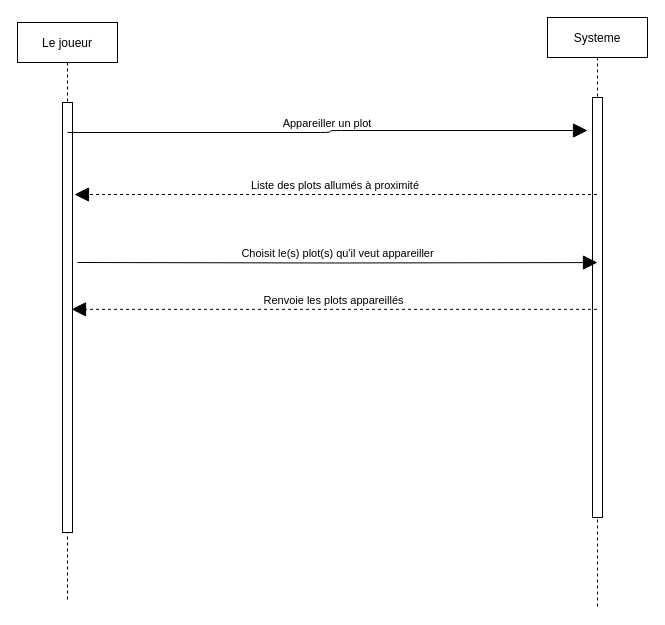
Kimaaaaaaa/Plots-_Lumineux_BTS_2022-2024 keeps this draw.io diagram as 1-Spécifications/Sequence/Sequence-v2/DiagrammeDeSéquence_appareiller_les_plots.drawio. Above is the earlier version. Source tidied: cells renumbered, new cells numbered last; positions are measured from the earlier drawing's top-left corner, leaving out a move shared by most shapes. Both pictures are drawn from the tidied source at 100%, with x=0, y=0 at pixel (17, 17).
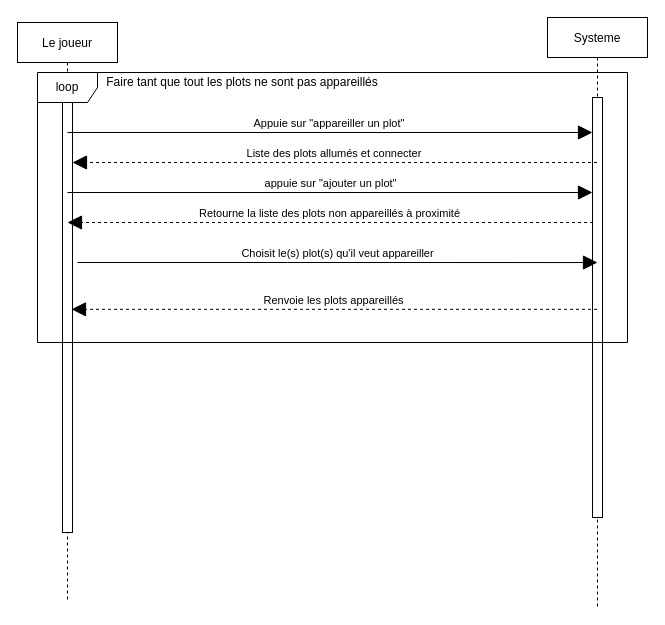
The same diagram, later.

Unchanged cells that the change refers to:
```xml
<mxCell id="2" value="Systeme" style="shape=umlLifeline;perimeter=lifelinePerimeter;rounded=0;shadow=0;strokeWidth=1;" parent="1" vertex="1">
  <mxGeometry x="530" width="100" height="590" as="geometry" />
</mxCell>
<mxCell id="3" style="points=[];perimeter=orthogonalPerimeter;rounded=0;shadow=0;strokeWidth=1;" parent="2" vertex="1">
  <mxGeometry x="45" y="80" width="10" height="420" as="geometry" />
</mxCell>
<mxCell id="5" style="points=[];perimeter=orthogonalPerimeter;rounded=0;shadow=0;strokeWidth=1;" parent="4" vertex="1">
  <mxGeometry x="45" y="80" width="10" height="430" as="geometry" />
</mxCell>
```

The edit, as a diff of the source:
```diff
@@
-    <mxCell id="6" value="Appareiller un plot&amp;nbsp;" style="verticalAlign=bottom;html=1;endArrow=block;endSize=12;edgeStyle=orthogonalEdgeStyle;endFill=1;" parent="1" edge="1">
+    <mxCell id="6" value="Appuie sur &quot;appareiller un plot&quot;&amp;nbsp;" style="verticalAlign=bottom;html=1;endArrow=block;endSize=12;edgeStyle=orthogonalEdgeStyle;endFill=1;" parent="1" edge="1" target="3">
       <mxGeometry relative="1" as="geometry">
         <mxPoint x="50" y="115" as="sourcePoint" />
-        <mxPoint x="570" y="113" as="targetPoint" />
         <Array as="points">
-          <mxPoint x="313" y="115" />
-          <mxPoint x="313" y="113" />
+          <mxPoint x="575" y="115" />
         </Array>
       </mxGeometry>
     </mxCell>
@@
-    <mxCell id="10" value="Liste des plots allumés à proximité&amp;nbsp;" style="edgeStyle=none;html=1;endArrow=block;endSize=12;dashed=1;verticalAlign=bottom;entryX=1.2;entryY=0.214;entryDx=0;entryDy=0;entryPerimeter=0;endFill=1;" parent="1" edge="1" source="2" target="5">
-      <mxGeometry relative="1" as="geometry" />
+    <mxCell id="10" value="Liste des plots allumés et connecter&amp;nbsp;" style="edgeStyle=none;html=1;endArrow=block;endSize=12;dashed=1;verticalAlign=bottom;endFill=1;" parent="1" edge="1" source="2" target="5">
+      <mxGeometry relative="1" as="geometry">
+        <Array as="points">
+          <mxPoint x="200" y="145" />
+        </Array>
+      </mxGeometry>
     </mxCell>
     <mxCell id="11" value="Choisit le(s) plot(s) qu'il veut appareiller" style="verticalAlign=bottom;html=1;endArrow=block;endSize=12;edgeStyle=orthogonalEdgeStyle;entryX=0.5;entryY=0.393;entryDx=0;entryDy=0;entryPerimeter=0;endFill=1;" parent="1" edge="1" target="3">
       <mxGeometry relative="1" as="geometry">
         <mxPoint x="60" y="245" as="sourcePoint" />
+        <Array as="points">
+          <mxPoint x="260" y="245" />
+          <mxPoint x="260" y="245" />
+        </Array>
       </mxGeometry>
     </mxCell>
@@
+    <mxCell id="16" value="loop" style="shape=umlFrame;whiteSpace=wrap;html=1;" parent="1" vertex="1">
+      <mxGeometry x="20" y="55" width="590" height="270" as="geometry" />
+    </mxCell>
+    <mxCell id="17" value="appuie sur &quot;ajouter un plot&quot;" style="verticalAlign=bottom;html=1;endArrow=block;endSize=12;edgeStyle=orthogonalEdgeStyle;endFill=1;" parent="1" edge="1">
+      <mxGeometry relative="1" as="geometry">
+        <mxPoint x="50" y="175" as="sourcePoint" />
+        <mxPoint x="575" y="175" as="targetPoint" />
+        <Array as="points">
+          <mxPoint x="575" y="175" />
+        </Array>
+      </mxGeometry>
+    </mxCell>
+    <mxCell id="18" style="html=1;align=left;verticalAlign=top;labelBackgroundColor=none;fontSize=10;" parent="17" vertex="1">
+      <mxGeometry x="-1" relative="1" as="geometry" />
+    </mxCell>
+    <mxCell id="19" style="html=1;align=right;verticalAlign=top;labelBackgroundColor=none;fontSize=10;" parent="17" vertex="1">
+      <mxGeometry x="0.9" relative="1" as="geometry" />
+    </mxCell>
+    <mxCell id="20" style="html=1;align=right;verticalAlign=bottom;labelBackgroundColor=none;fontSize=10;" parent="17" vertex="1">
+      <mxGeometry x="0.9" relative="1" as="geometry" />
+    </mxCell>
+    <mxCell id="21" value="Retourne la liste des plots non appareillés à proximité" style="edgeStyle=none;html=1;endArrow=block;endSize=12;dashed=1;verticalAlign=bottom;entryX=0.9;entryY=0.481;entryDx=0;entryDy=0;entryPerimeter=0;endFill=1;" parent="1" edge="1">
+      <mxGeometry relative="1" as="geometry">
+        <mxPoint x="575.5" y="205" as="sourcePoint" />
+        <mxPoint x="50" y="205" as="targetPoint" />
+      </mxGeometry>
+    </mxCell>
+    <mxCell id="22" value="Faire tant que tout les plots ne sont pas appareillés" style="text;html=1;strokeColor=none;fillColor=none;align=center;verticalAlign=middle;whiteSpace=wrap;rounded=0;" parent="1" vertex="1">
+      <mxGeometry x="20" y="55" width="410" height="20" as="geometry" />
+    </mxCell>
```
